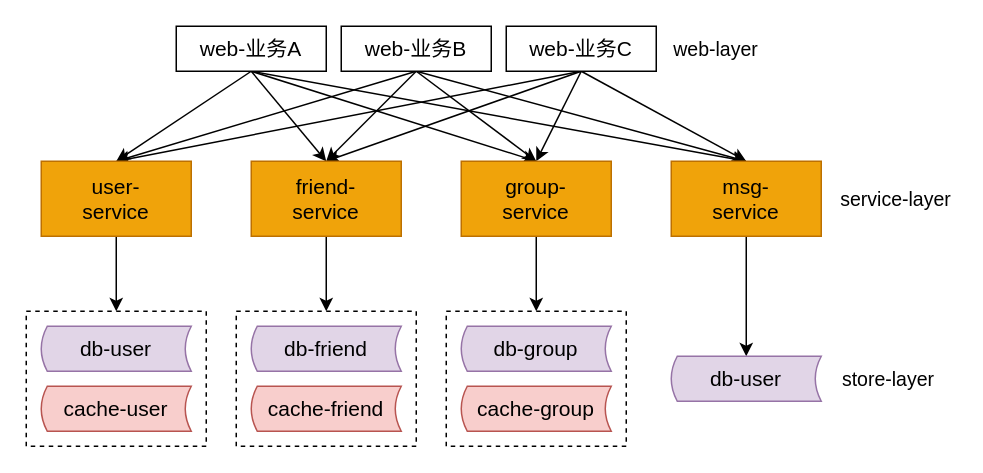
Earlier version of the draw.io diagram page "实践二：一个子业务一个服务" (2 of 5) of 沈剑的架构师训练营课程笔录/drawio/ch3-15.drawio (acomma/notes). Source tidied: cells renumbered, new cells numbered last; positions are measured from the earlier drawing's top-left corner, leaving out a move shared by most shapes. Both pictures are drawn from the tidied source at 150%, with x=0, y=0 at pixel (26, 26).
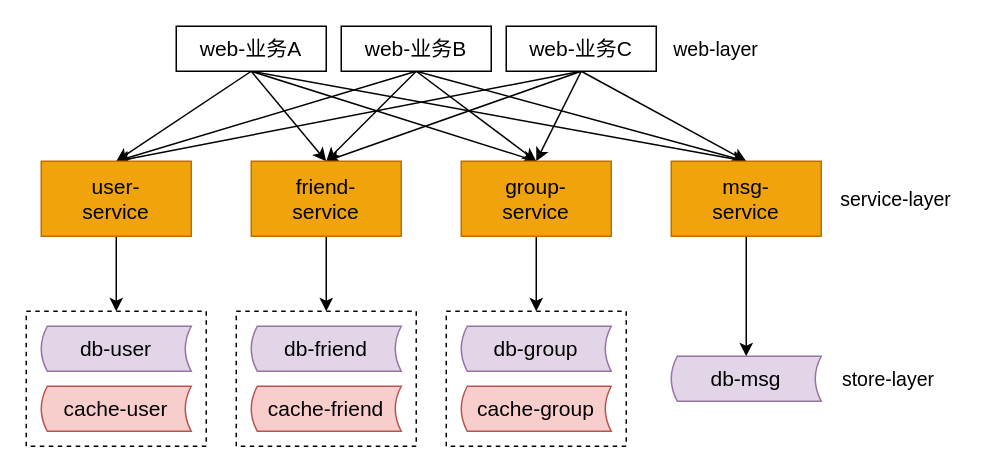
Above is the later version.

What changed in the source:
```diff
@@
-    <mxCell id="34" value="db-user" style="shape=dataStorage;whiteSpace=wrap;html=1;fontSize=14;size=0.04;fillColor=#e1d5e7;strokeColor=#9673a6;" parent="1" vertex="1">
+    <mxCell id="34" value="db-msg" style="shape=dataStorage;whiteSpace=wrap;html=1;fontSize=14;size=0.04;fillColor=#e1d5e7;strokeColor=#9673a6;" parent="1" vertex="1">
       <mxGeometry x="430" y="220" width="100" height="30" as="geometry" />
     </mxCell>
```
